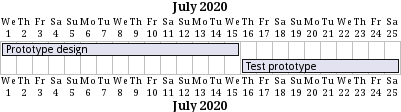
Earlier version of the PlantUML export uml/reference_16-01-04-1_StartEnd.png (aklt/plantuml-syntax-test).
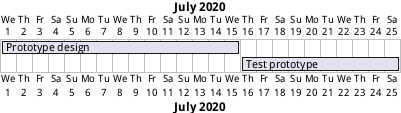
After the commit.

The edit, as a diff of the source:
```diff
@@ -1,7 +1,7 @@
-@startuml
+@startgantt
 Project starts 2020-07-01
 [Prototype design] starts 2020-07-01
 [Test prototype] starts 2020-07-16
 [Prototype design] ends 2020-07-15
 [Test prototype] ends 2020-07-25
-@enduml
+@endgantt
```
